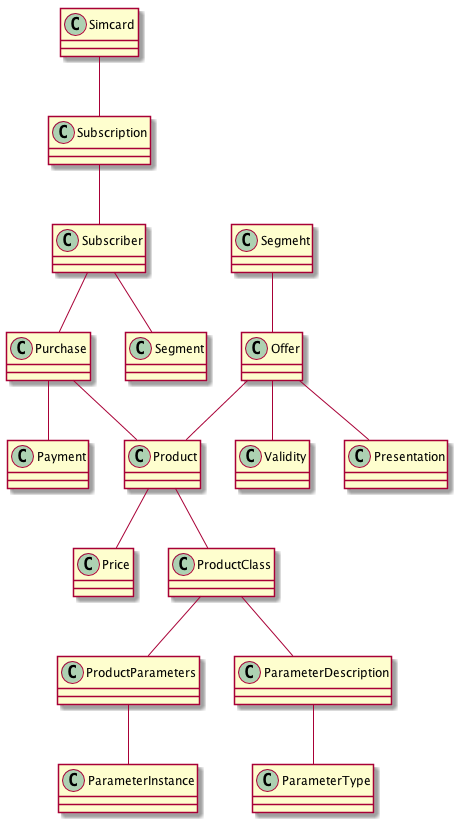
Earlier version of the PlantUML export docs/domain-model/classes.png (ostelco/ostelco-core).
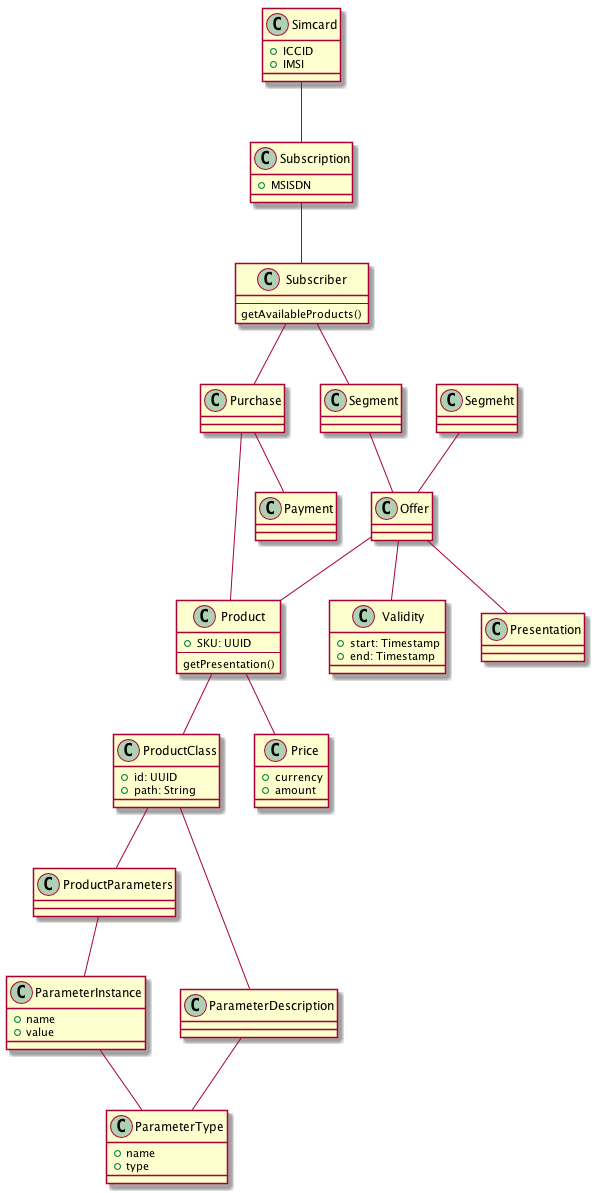
After the change.

Commit message:
Some rudimentary descriptions of the classes

Change to the diagram source:
```diff
@@ -1,8 +1,67 @@
 @startuml
+
+
+class Simcard {
+  + ICCID
+  + IMSI
+}
+
+class Subscription {
+ + MSISDN
+}
+
+
+class ProductClass {
+  + id: UUID
+  + path: String
+}
+
+class ParameterType {
+  + name
+  + type
+}
+
+
+class ParameterInstance {
+  + name
+  + value
+}
+
+class Price {
++ currency
++ amount
+}
+
+
+class Product {
+ + SKU: UUID
+ --
+ getPresentation()
+}
+
+class Validity {
+ + start: Timestamp
+ + end: Timestamp
+}
+
+class Subscriber {
+--
+  getAvailableProducts()
+}
+
+
+
+
+
+
+
+
+
 Simcard -- Subscription
 Subscription -- Subscriber
 Subscriber -- Purchase
 Subscriber -- Segment
+Segment -- Offer
 Segmeht  -- Offer
 Purchase -- Product
 Purchase -- Payment
@@ -15,4 +74,5 @@
 ProductClass -- ParameterDescription
 ProductParameters -- ParameterInstance
 ParameterDescription -- ParameterType
+ParameterInstance -- ParameterType
 @enduml
```
